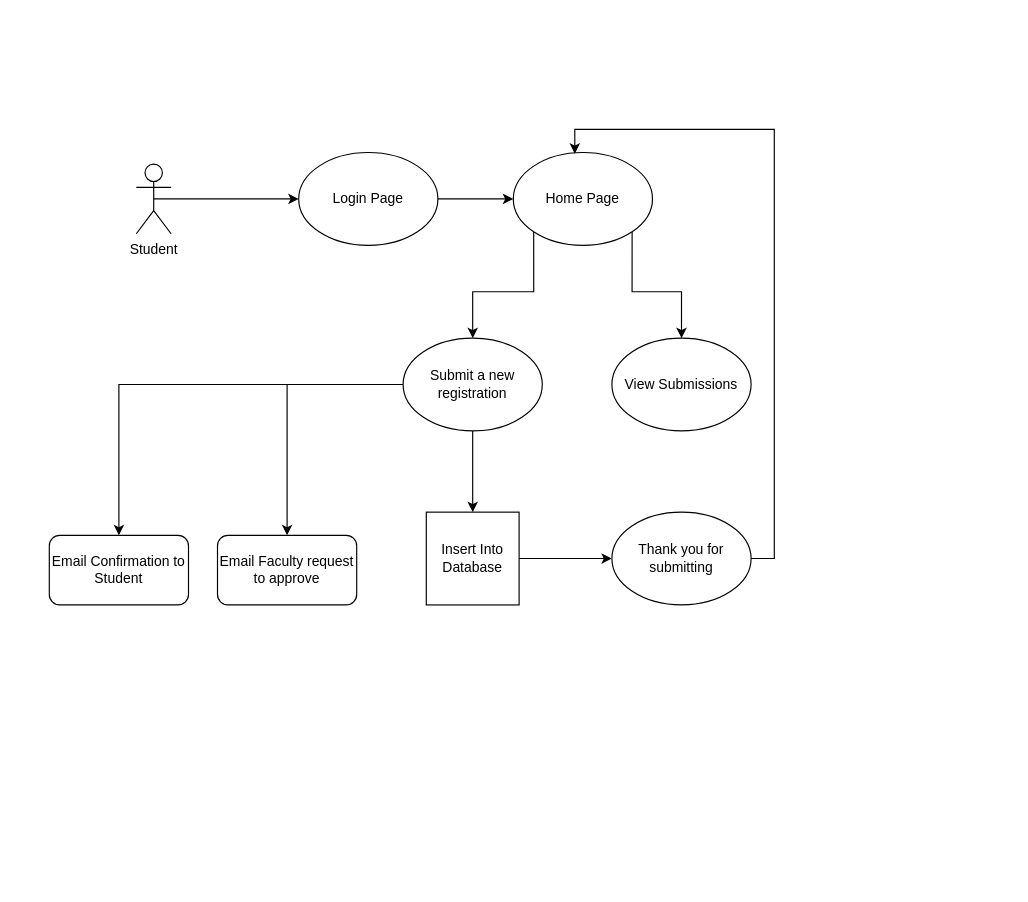
This is page "Student Flow/Submitting Project" (1 of 4) of documentation-planning/Basic System Flow for Student.drawio from sfn-git/senior-capstone, a draw.io file, before an edit. Source tidied: cells renumbered, new cells numbered last; positions are measured from the earlier drawing's top-left corner, leaving out a move shared by most shapes. Both pictures are drawn from the tidied source at 116%, with x=0, y=0 at pixel (49, 152).
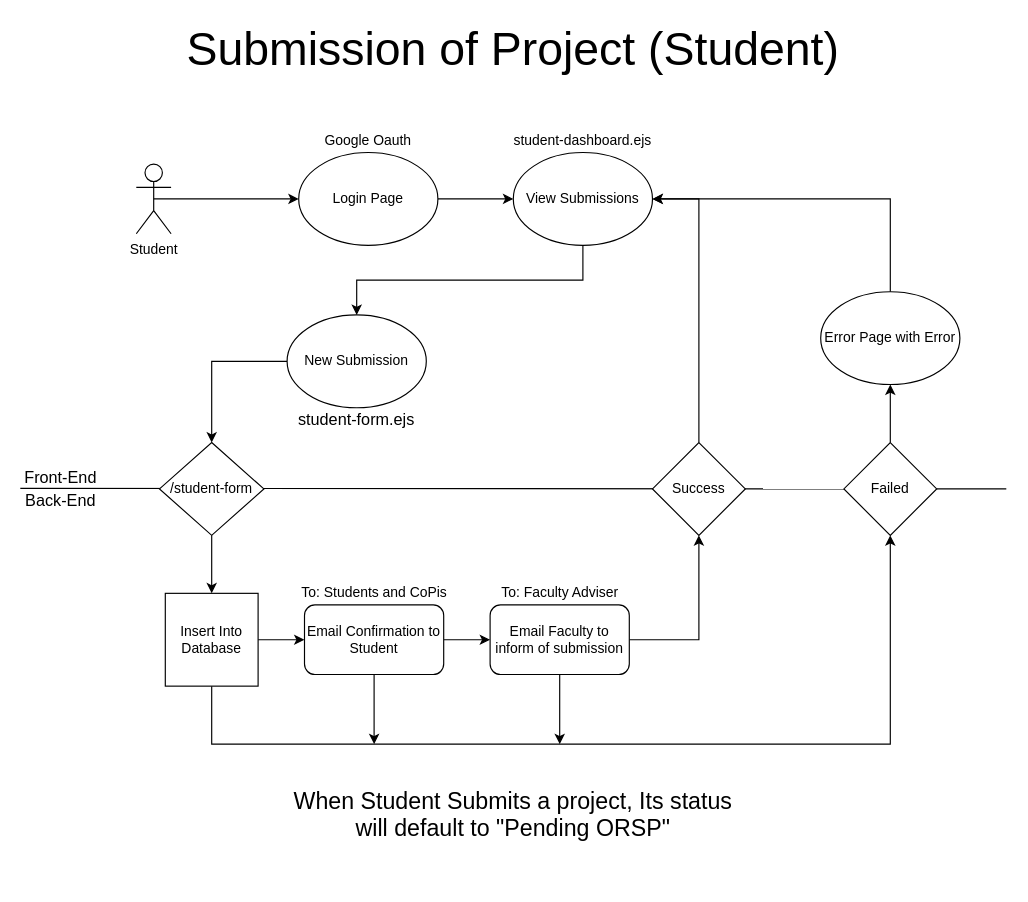
Above is the later version.

Unchanged cells that the change refers to:
```xml
<mxCell id="5" value="Login Page" style="ellipse;whiteSpace=wrap;html=1;" parent="1" vertex="1">
  <mxGeometry x="215" width="120" height="80" as="geometry" />
</mxCell>
```

What changed in the source:
```diff
@@
-    <mxCell id="4" style="edgeStyle=orthogonalEdgeStyle;rounded=0;jettySize=auto;html=1;exitX=1;exitY=0.5;exitDx=0;exitDy=0;entryX=0;entryY=0.5;entryDx=0;entryDy=0;" parent="1" edge="1" source="5" target="8">
-      <mxGeometry relative="1" as="geometry" />
+    <mxCell id="4" style="edgeStyle=orthogonalEdgeStyle;rounded=0;jettySize=auto;html=1;exitX=1;exitY=0.5;exitDx=0;exitDy=0;entryX=0;entryY=0.5;entryDx=0;entryDy=0;" parent="1" edge="1" source="5">
+      <mxGeometry relative="1" as="geometry">
+        <mxPoint x="400" y="40" as="targetPoint" />
+      </mxGeometry>
     </mxCell>
@@
-    <mxCell id="6" style="edgeStyle=orthogonalEdgeStyle;rounded=0;jettySize=auto;html=1;exitX=0;exitY=1;exitDx=0;exitDy=0;" parent="1" edge="1" source="8" target="12">
-      <mxGeometry relative="1" as="geometry" />
-    </mxCell>
-    <mxCell id="7" style="edgeStyle=orthogonalEdgeStyle;rounded=0;jettySize=auto;html=1;exitX=1;exitY=1;exitDx=0;exitDy=0;entryX=0.5;entryY=0;entryDx=0;entryDy=0;" parent="1" edge="1" source="8" target="13">
-      <mxGeometry relative="1" as="geometry" />
-    </mxCell>
-    <mxCell id="8" value="Home Page" style="ellipse;whiteSpace=wrap;html=1;" parent="1" vertex="1">
-      <mxGeometry x="400" width="120" height="80" as="geometry" />
-    </mxCell>
-    <mxCell id="9" style="edgeStyle=orthogonalEdgeStyle;rounded=0;jettySize=auto;html=1;exitX=0.5;exitY=1;exitDx=0;exitDy=0;entryX=0.5;entryY=0;entryDx=0;entryDy=0;" parent="1" edge="1" source="12">
-      <mxGeometry relative="1" as="geometry">
-        <mxPoint x="365" y="310" as="targetPoint" />
-      </mxGeometry>
-    </mxCell>
-    <mxCell id="10" style="edgeStyle=orthogonalEdgeStyle;rounded=0;jettySize=auto;html=1;exitX=0;exitY=0.5;exitDx=0;exitDy=0;" parent="1" edge="1" source="12" target="14">
-      <mxGeometry relative="1" as="geometry" />
-    </mxCell>
-    <mxCell id="11" style="edgeStyle=orthogonalEdgeStyle;rounded=0;jettySize=auto;html=1;exitX=0;exitY=0.5;exitDx=0;exitDy=0;" parent="1" edge="1" source="12" target="15">
-      <mxGeometry relative="1" as="geometry" />
-    </mxCell>
+    <mxCell id="20" style="edgeStyle=orthogonalEdgeStyle;rounded=0;jettySize=auto;html=1;exitX=0;exitY=0.5;exitDx=0;exitDy=0;entryX=0.5;entryY=0;entryDx=0;entryDy=0;" parent="1" edge="1" source="12" target="45">
+      <mxGeometry relative="1" as="geometry" />
+    </mxCell>
-    <mxCell id="12" value="Submit a new registration" style="ellipse;whiteSpace=wrap;html=1;" parent="1" vertex="1">
-      <mxGeometry x="305" y="160" width="120" height="80" as="geometry" />
+    <mxCell id="12" value="New Submission" style="ellipse;whiteSpace=wrap;html=1;" parent="1" vertex="1">
+      <mxGeometry x="205" y="140" width="120" height="80" as="geometry" />
     </mxCell>
+    <mxCell id="21" style="edgeStyle=orthogonalEdgeStyle;rounded=0;jettySize=auto;html=1;exitX=0.5;exitY=1;exitDx=0;exitDy=0;entryX=0.5;entryY=0;entryDx=0;entryDy=0;" parent="1" edge="1" source="13" target="12">
+      <mxGeometry relative="1" as="geometry" />
+    </mxCell>
     <mxCell id="13" value="View Submissions" style="ellipse;whiteSpace=wrap;html=1;" parent="1" vertex="1">
-      <mxGeometry x="485" y="160" width="120" height="80" as="geometry" />
+      <mxGeometry x="400" width="120" height="80" as="geometry" />
     </mxCell>
+    <mxCell id="22" style="edgeStyle=orthogonalEdgeStyle;rounded=0;jettySize=auto;html=1;exitX=1;exitY=0.5;exitDx=0;exitDy=0;entryX=0;entryY=0.5;entryDx=0;entryDy=0;" parent="1" edge="1" source="14" target="15">
+      <mxGeometry relative="1" as="geometry" />
+    </mxCell>
+    <mxCell id="23" style="edgeStyle=orthogonalEdgeStyle;rounded=0;jettySize=auto;html=1;exitX=0.5;exitY=1;exitDx=0;exitDy=0;" parent="1" edge="1" source="14">
+      <mxGeometry relative="1" as="geometry">
+        <mxPoint x="280" y="510" as="targetPoint" />
+      </mxGeometry>
+    </mxCell>
     <mxCell id="14" value="Email Confirmation to Student" style="rounded=1;whiteSpace=wrap;html=1;" parent="1" vertex="1">
-      <mxGeometry y="330" width="120" height="60" as="geometry" />
+      <mxGeometry x="220" y="390" width="120" height="60" as="geometry" />
     </mxCell>
+    <mxCell id="24" style="edgeStyle=orthogonalEdgeStyle;rounded=0;jettySize=auto;html=1;exitX=0.5;exitY=1;exitDx=0;exitDy=0;" parent="1" edge="1" source="15">
+      <mxGeometry relative="1" as="geometry">
+        <mxPoint x="440" y="510" as="targetPoint" />
+      </mxGeometry>
+    </mxCell>
+    <mxCell id="25" style="edgeStyle=orthogonalEdgeStyle;rounded=0;jettySize=auto;html=1;exitX=1;exitY=0.5;exitDx=0;exitDy=0;entryX=0.5;entryY=1;entryDx=0;entryDy=0;" parent="1" edge="1" source="15" target="38">
+      <mxGeometry relative="1" as="geometry" />
+    </mxCell>
-    <mxCell id="15" value="Email Faculty request to approve" style="rounded=1;whiteSpace=wrap;html=1;" parent="1" vertex="1">
-      <mxGeometry x="145" y="330" width="120" height="60" as="geometry" />
+    <mxCell id="15" value="Email Faculty to inform of submission" style="rounded=1;whiteSpace=wrap;html=1;" parent="1" vertex="1">
+      <mxGeometry x="380" y="390" width="120" height="60" as="geometry" />
     </mxCell>
-    <mxCell id="16" style="edgeStyle=orthogonalEdgeStyle;rounded=0;jettySize=auto;html=1;exitX=1;exitY=0.5;exitDx=0;exitDy=0;" parent="1" edge="1" source="17" target="19">
-      <mxGeometry relative="1" as="geometry" />
-    </mxCell>
+    <mxCell id="26" style="edgeStyle=orthogonalEdgeStyle;rounded=0;jettySize=auto;html=1;exitX=1;exitY=0.5;exitDx=0;exitDy=0;entryX=0;entryY=0.5;entryDx=0;entryDy=0;" parent="1" edge="1" source="17" target="14">
+      <mxGeometry relative="1" as="geometry" />
+    </mxCell>
+    <mxCell id="27" style="edgeStyle=orthogonalEdgeStyle;rounded=0;jettySize=auto;html=1;exitX=0.5;exitY=1;exitDx=0;exitDy=0;entryX=0.5;entryY=1;entryDx=0;entryDy=0;" parent="1" edge="1" source="17" target="35">
+      <mxGeometry relative="1" as="geometry">
+        <Array as="points">
+          <mxPoint x="140" y="510" />
+          <mxPoint x="725" y="510" />
+        </Array>
+      </mxGeometry>
+    </mxCell>
     <mxCell id="17" value="Insert Into Database" style="whiteSpace=wrap;html=1;" parent="1" vertex="1">
-      <mxGeometry x="325" y="310" width="80" height="80" as="geometry" />
+      <mxGeometry x="100" y="380" width="80" height="80" as="geometry" />
     </mxCell>
-    <mxCell id="18" style="edgeStyle=orthogonalEdgeStyle;rounded=0;jettySize=auto;html=1;exitX=1;exitY=0.5;exitDx=0;exitDy=0;entryX=0.442;entryY=0.013;entryDx=0;entryDy=0;entryPerimeter=0;" parent="1" edge="1" source="19" target="8">
-      <mxGeometry relative="1" as="geometry" />
-    </mxCell>
-    <mxCell id="19" value="Thank you for submitting" style="ellipse;whiteSpace=wrap;html=1;" parent="1" vertex="1">
-      <mxGeometry x="485" y="310" width="120" height="80" as="geometry" />
-    </mxCell>
+    <mxCell id="28" style="edgeStyle=orthogonalEdgeStyle;rounded=0;jettySize=auto;html=1;exitX=0.5;exitY=0;exitDx=0;exitDy=0;entryX=1;entryY=0.5;entryDx=0;entryDy=0;" parent="1" edge="1" source="29" target="13">
+      <mxGeometry relative="1" as="geometry" />
+    </mxCell>
+    <mxCell id="29" value="Error Page with Error" style="ellipse;whiteSpace=wrap;html=1;" parent="1" vertex="1">
+      <mxGeometry x="665" y="120" width="120" height="80" as="geometry" />
+    </mxCell>
+    <mxCell id="30" value="&lt;font style=&quot;font-size: 20px&quot;&gt;When Student Submits a project, Its status will default to &quot;Pending ORSP&quot;&lt;/font&gt;" style="text;html=1;strokeColor=none;fillColor=none;align=center;verticalAlign=middle;whiteSpace=wrap;rounded=0;" parent="1" vertex="1">
+      <mxGeometry x="205" y="510" width="390" height="120" as="geometry" />
+    </mxCell>
+    <mxCell id="31" value="student-dashboard.ejs" style="text;html=1;strokeColor=none;fillColor=none;align=center;verticalAlign=middle;whiteSpace=wrap;rounded=0;" parent="1" vertex="1">
+      <mxGeometry x="395" y="-20" width="130" height="20" as="geometry" />
+    </mxCell>
+    <mxCell id="32" value="Google Oauth" style="text;html=1;strokeColor=none;fillColor=none;align=center;verticalAlign=middle;whiteSpace=wrap;rounded=0;" parent="1" vertex="1">
+      <mxGeometry x="225" y="-20" width="100" height="20" as="geometry" />
+    </mxCell>
+    <mxCell id="33" style="endArrow=none;html=1;" parent="1" edge="1" source="35">
+      <mxGeometry relative="1" as="geometry">
+        <mxPoint x="825" y="290" as="targetPoint" />
+      </mxGeometry>
+    </mxCell>
+    <mxCell id="34" style="edgeStyle=orthogonalEdgeStyle;rounded=0;jettySize=auto;html=1;exitX=0.5;exitY=0;exitDx=0;exitDy=0;entryX=0.5;entryY=1;entryDx=0;entryDy=0;" parent="1" edge="1" source="35" target="29">
+      <mxGeometry relative="1" as="geometry" />
+    </mxCell>
+    <mxCell id="35" value="Failed" style="rhombus;whiteSpace=wrap;html=1;" parent="1" vertex="1">
+      <mxGeometry x="685" y="250" width="80" height="80" as="geometry" />
+    </mxCell>
+    <mxCell id="36" style="endArrow=none;html=1;" parent="1" edge="1" target="35">
+      <mxGeometry relative="1" as="geometry">
+        <mxPoint x="-25" y="289.5" as="sourcePoint" />
+      </mxGeometry>
+    </mxCell>
+    <mxCell id="37" style="edgeStyle=orthogonalEdgeStyle;rounded=0;jettySize=auto;html=1;exitX=0.5;exitY=0;exitDx=0;exitDy=0;entryX=1;entryY=0.5;entryDx=0;entryDy=0;" parent="1" edge="1" source="38" target="13">
+      <mxGeometry relative="1" as="geometry" />
+    </mxCell>
+    <mxCell id="38" value="Success" style="rhombus;whiteSpace=wrap;html=1;" parent="1" vertex="1">
+      <mxGeometry x="520" y="250" width="80" height="80" as="geometry" />
+    </mxCell>
+    <mxCell id="39" value="&lt;font style=&quot;font-size: 14px&quot;&gt;student-form.ejs&lt;/font&gt;" style="text;html=1;strokeColor=none;fillColor=none;align=center;verticalAlign=middle;whiteSpace=wrap;rounded=0;" parent="1" vertex="1">
+      <mxGeometry x="210" y="220" width="110" height="20" as="geometry" />
+    </mxCell>
+    <mxCell id="40" style="edgeStyle=orthogonalEdgeStyle;rounded=0;jettySize=auto;html=1;exitX=0.5;exitY=1;exitDx=0;exitDy=0;entryX=0.5;entryY=0;entryDx=0;entryDy=0;" parent="1" edge="1" source="12" target="39">
+      <mxGeometry relative="1" as="geometry" />
+    </mxCell>
+    <mxCell id="41" value="&lt;font style=&quot;font-size: 40px&quot;&gt;Submission of Project (Student)&lt;/font&gt;" style="text;html=1;strokeColor=none;fillColor=none;align=center;verticalAlign=middle;whiteSpace=wrap;rounded=0;" parent="1" vertex="1">
+      <mxGeometry x="95" y="-100" width="610" height="20" as="geometry" />
+    </mxCell>
+    <mxCell id="42" value="&lt;font style=&quot;font-size: 14px&quot;&gt;Front-End&lt;/font&gt;" style="text;html=1;strokeColor=none;fillColor=none;align=center;verticalAlign=middle;whiteSpace=wrap;rounded=0;" parent="1" vertex="1">
+      <mxGeometry x="-25" y="270" width="70" height="20" as="geometry" />
+    </mxCell>
+    <mxCell id="43" value="&lt;font style=&quot;font-size: 14px&quot;&gt;Back-End&lt;/font&gt;" style="text;html=1;strokeColor=none;fillColor=none;align=center;verticalAlign=middle;whiteSpace=wrap;rounded=0;" parent="1" vertex="1">
+      <mxGeometry x="-25" y="290" width="70" height="20" as="geometry" />
+    </mxCell>
+    <mxCell id="44" style="edgeStyle=orthogonalEdgeStyle;rounded=0;jettySize=auto;html=1;exitX=0.5;exitY=1;exitDx=0;exitDy=0;entryX=0.5;entryY=0;entryDx=0;entryDy=0;" parent="1" edge="1" source="45" target="17">
+      <mxGeometry relative="1" as="geometry" />
+    </mxCell>
+    <mxCell id="45" value="/student-form" style="rhombus;whiteSpace=wrap;html=1;" parent="1" vertex="1">
+      <mxGeometry x="95" y="250" width="90" height="80" as="geometry" />
+    </mxCell>
+    <mxCell id="46" value="To: Students and CoPis" style="text;html=1;strokeColor=none;fillColor=none;align=center;verticalAlign=middle;whiteSpace=wrap;rounded=0;" parent="1" vertex="1">
+      <mxGeometry x="212.5" y="370" width="135" height="20" as="geometry" />
+    </mxCell>
+    <mxCell id="47" value="To: Faculty Adviser" style="text;html=1;strokeColor=none;fillColor=none;align=center;verticalAlign=middle;whiteSpace=wrap;rounded=0;" parent="1" vertex="1">
+      <mxGeometry x="372.5" y="370" width="135" height="20" as="geometry" />
+    </mxCell>
```
